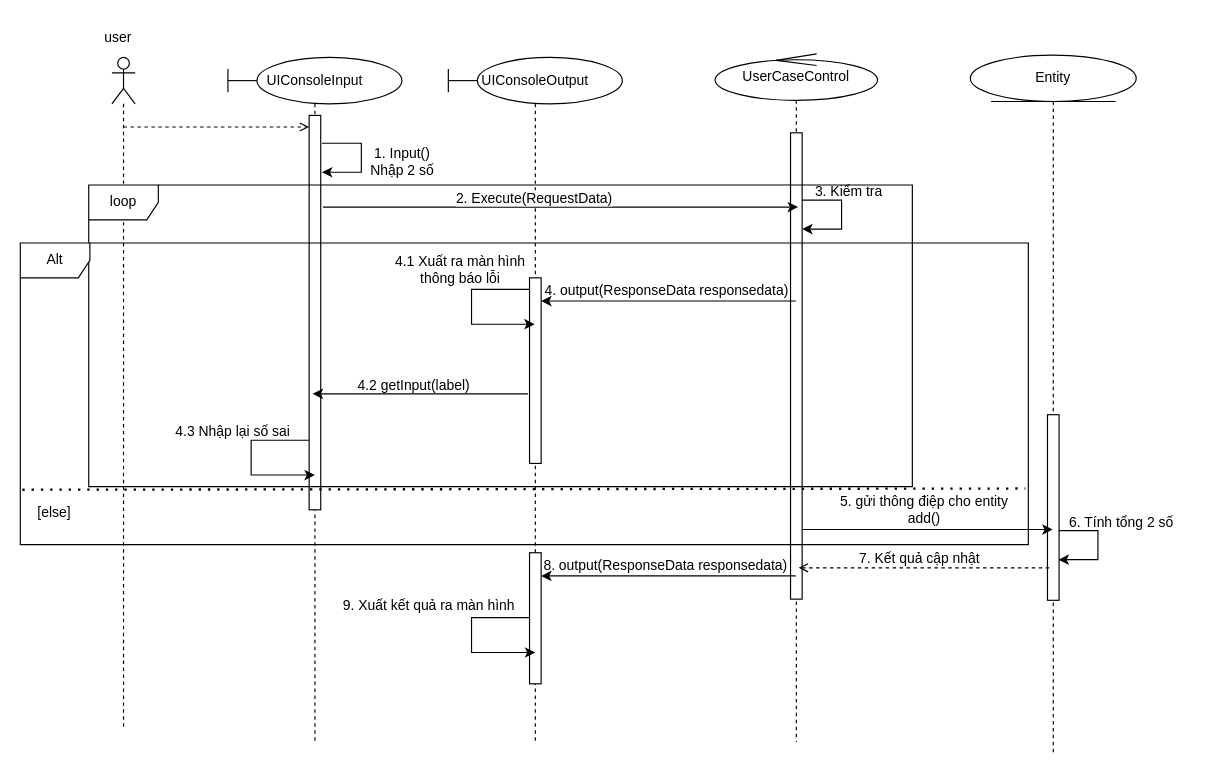
The draw.io diagram UMLsua.drawio in Focus1102/221403_NHOM4_TK-XDPM, before the edit. Source tidied: cells renumbered, new cells numbered last; positions are measured from the earlier drawing's top-left corner, leaving out a move shared by most shapes. Both pictures are drawn from the tidied source at 116%, with x=0, y=0 at pixel (20, 20).
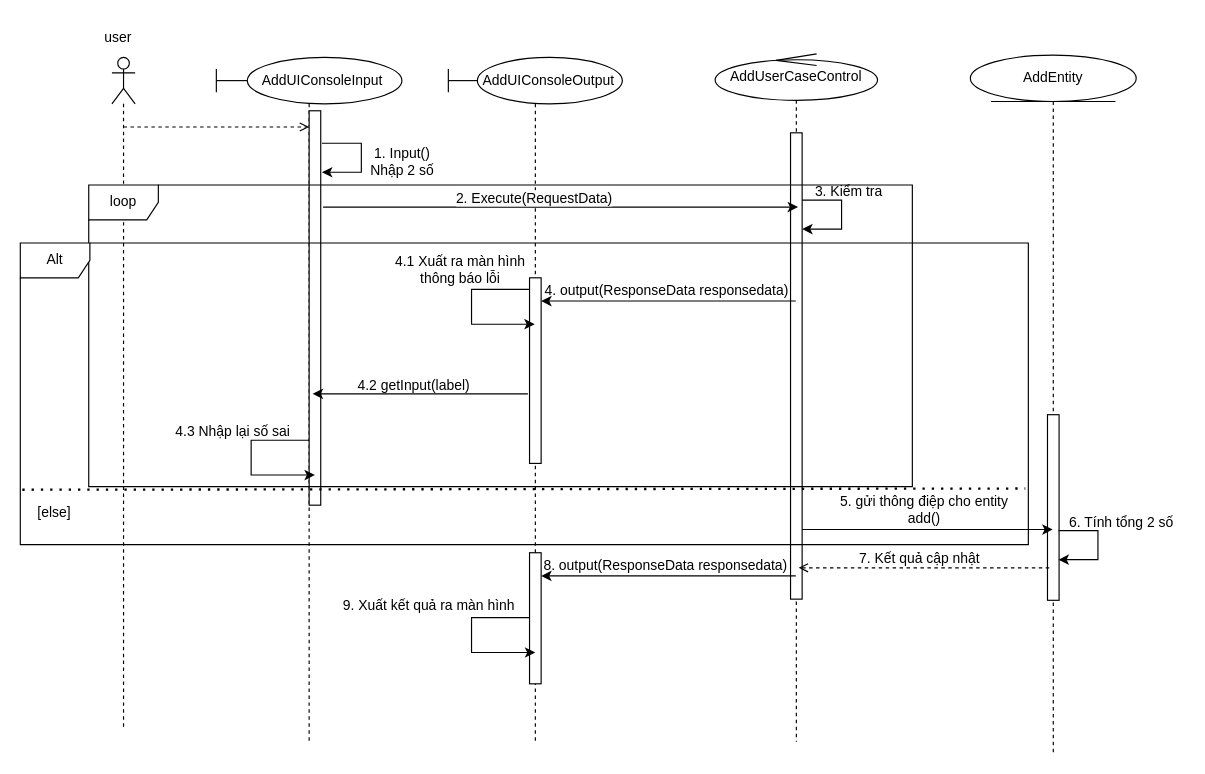
The same page after the edit.

What changed in the source:
```diff
@@
-    <mxCell id="3" value="UIConsoleInput" style="shape=umlLifeline;perimeter=lifelinePerimeter;whiteSpace=wrap;html=1;newEdgeStyle={&quot;curved&quot;:0,&quot;rounded&quot;:0};participant=umlBoundary;" parent="1" vertex="1">
-      <mxGeometry x="179" y="32" width="150" height="590" as="geometry" />
+    <mxCell id="3" value="&amp;nbsp; &amp;nbsp; &amp;nbsp; &amp;nbsp;AddUIConsoleInput" style="shape=umlLifeline;perimeter=lifelinePerimeter;whiteSpace=wrap;html=1;newEdgeStyle={&quot;curved&quot;:0,&quot;rounded&quot;:0};participant=umlBoundary;" parent="1" vertex="1">
+      <mxGeometry x="169" y="32" width="160" height="590" as="geometry" />
     </mxCell>
     <mxCell id="4" style="html=1;perimeter=orthogonalPerimeter;targetShapes=umlLifeline;newEdgeStyle={&quot;curved&quot;:0,&quot;rounded&quot;:0};" parent="3" vertex="1">
-      <mxGeometry x="70" y="50" width="10" height="340" as="geometry" />
+      <mxGeometry x="80" y="46" width="10" height="340" as="geometry" />
     </mxCell>
-    <mxCell id="5" value="UIConsoleOutput" style="shape=umlLifeline;perimeter=lifelinePerimeter;whiteSpace=wrap;html=1;outlineConnect=0;portConstraint=eastwest;newEdgeStyle={&quot;curved&quot;:0,&quot;rounded&quot;:0};participant=umlBoundary;" parent="1" vertex="1">
+    <mxCell id="5" value="&amp;nbsp; &amp;nbsp; &amp;nbsp; &amp;nbsp;AddUIConsoleOutput" style="shape=umlLifeline;perimeter=lifelinePerimeter;whiteSpace=wrap;html=1;outlineConnect=0;portConstraint=eastwest;newEdgeStyle={&quot;curved&quot;:0,&quot;rounded&quot;:0};participant=umlBoundary;" parent="1" vertex="1">
       <mxGeometry x="369" y="32" width="150" height="590" as="geometry" />
     </mxCell>
@@
-    <mxCell id="9" value="UserCaseControl" style="shape=umlLifeline;perimeter=lifelinePerimeter;whiteSpace=wrap;html=1;newEdgeStyle={&quot;curved&quot;:0,&quot;rounded&quot;:0};participant=umlControl;" parent="1" vertex="1">
+    <mxCell id="9" value="AddUserCaseControl" style="shape=umlLifeline;perimeter=lifelinePerimeter;whiteSpace=wrap;html=1;newEdgeStyle={&quot;curved&quot;:0,&quot;rounded&quot;:0};participant=umlControl;" parent="1" vertex="1">
       <mxGeometry x="599" y="29" width="140" height="593" as="geometry" />
     </mxCell>
@@
-    <mxCell id="11" value="Entity" style="shape=umlLifeline;perimeter=lifelinePerimeter;whiteSpace=wrap;html=1;newEdgeStyle={&quot;curved&quot;:0,&quot;rounded&quot;:0};participant=umlEntity;" parent="1" vertex="1">
+    <mxCell id="11" value="AddEntity" style="shape=umlLifeline;perimeter=lifelinePerimeter;whiteSpace=wrap;html=1;newEdgeStyle={&quot;curved&quot;:0,&quot;rounded&quot;:0};participant=umlEntity;" parent="1" vertex="1">
       <mxGeometry x="819" y="30" width="143" height="602" as="geometry" />
     </mxCell>
```
